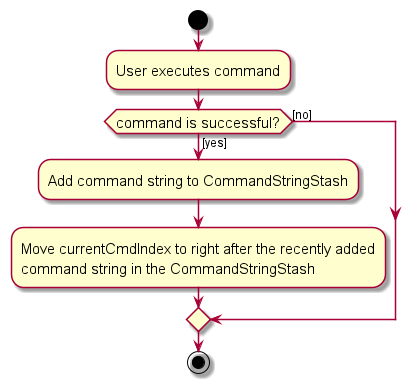
nus-cs2103-AY2324S1/tp keeps this PlantUML diagram as docs/images/AddCommandStringActivityDiagram.png. Above is the earlier version. Its diagram source:
```plantuml
@startuml
skin rose
skinparam ActivityFontSize 15
skinparam ArrowFontSize 12
start
:User executes command;


if (command is successful?) then ([yes])
    :Add command string to CommandStringStash;
    :Move currentCmdIndex to right after the recently added
    command string in the CommandStringStash;
else ([no])
endif
stop
@enduml
```
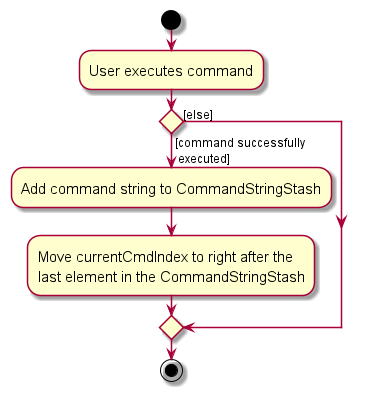
The same file after the commit.

Commit message:
Save updated UML diagrams as images

Change to the diagram source:
```diff
@@ -6,11 +6,12 @@
 :User executes command;
 
 
-if (command is successful?) then ([yes])
+if () then ([command successfully
+ executed])
     :Add command string to CommandStringStash;
-    :Move currentCmdIndex to right after the recently added
-    command string in the CommandStringStash;
-else ([no])
+    :Move currentCmdIndex to right after the
+    last element in the CommandStringStash;
+else ([else])
 endif
 stop
 @enduml
```
